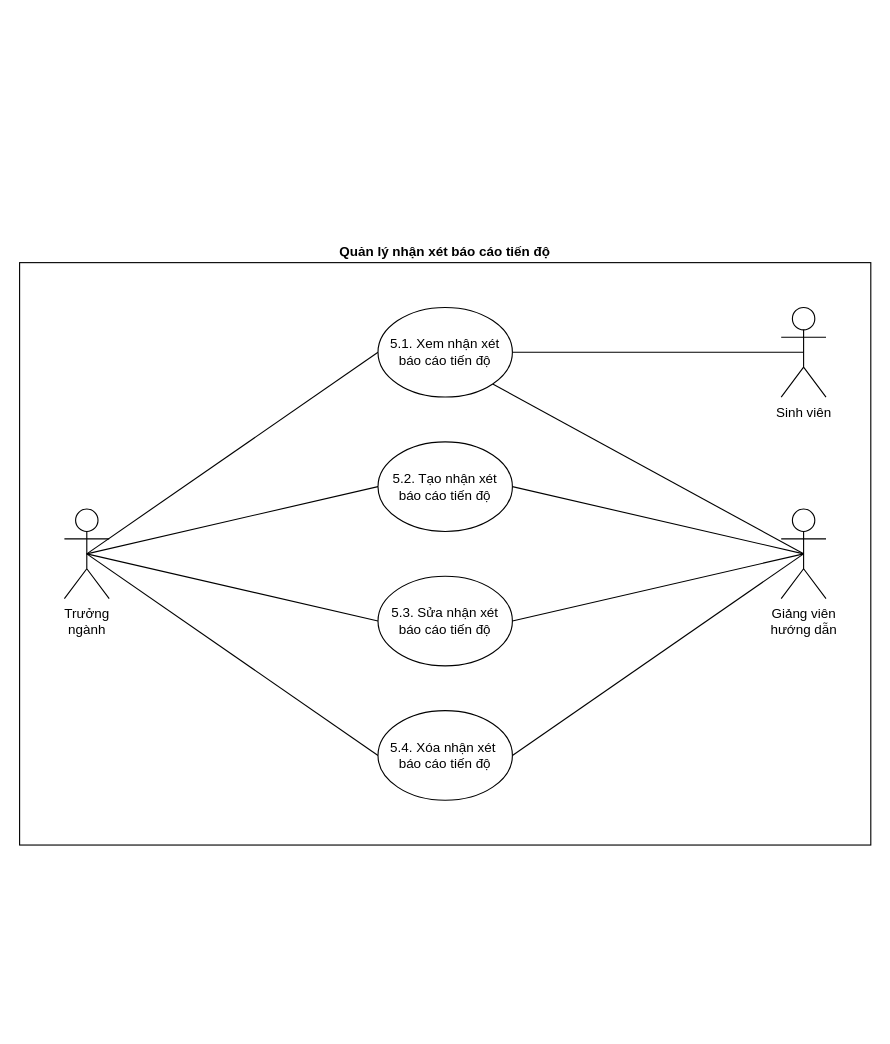
Earlier version of the draw.io diagram page "Chi tiết báo cáo tiến độ" (5 of 12) of docs/diagrams/usecase.drawio (doonpy/grasis). Source tidied: cells renumbered, new cells numbered last; positions are measured from the earlier drawing's top-left corner, leaving out a move shared by most shapes. Both pictures are drawn from the tidied source at 112%, with x=0, y=0 at pixel (19, 262).
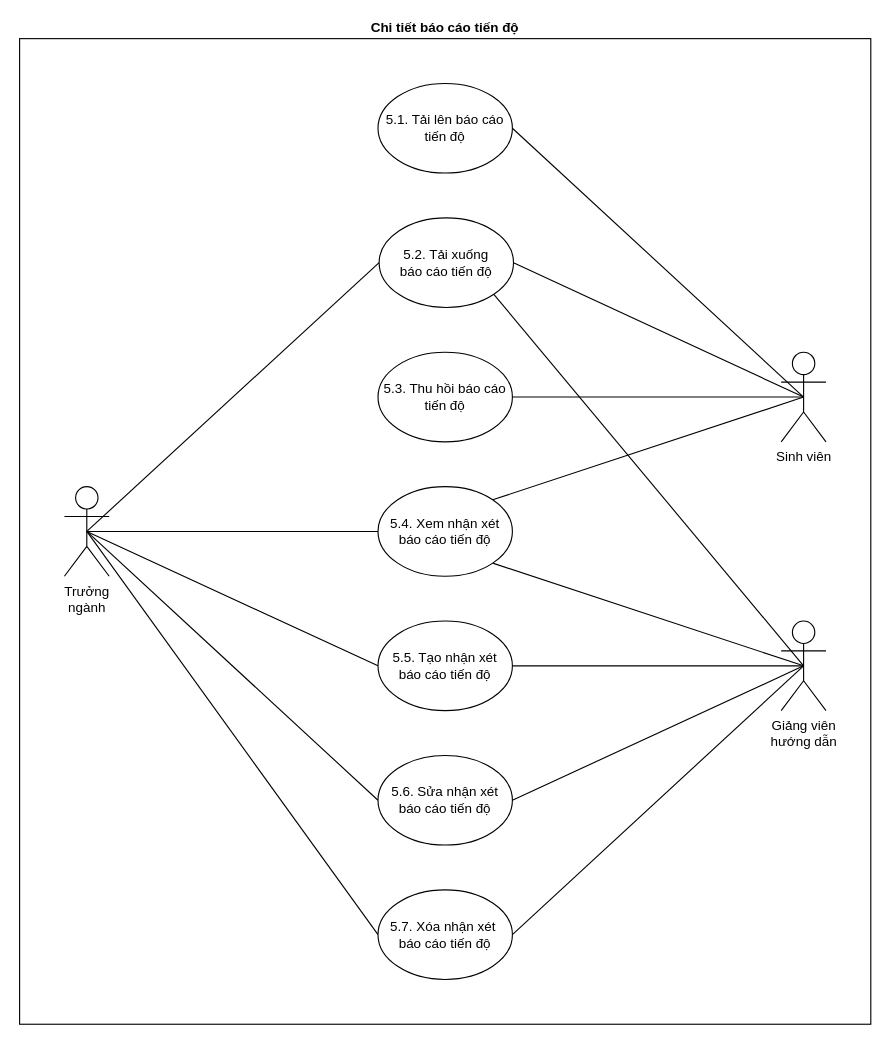
Above is the later version.

The edit, as a diff of the source:
```diff
@@
-    <mxCell id="2" value="Quản lý nhận xét báo cáo tiến độ" style="whiteSpace=wrap;html=1;align=center;labelPosition=center;verticalLabelPosition=top;verticalAlign=bottom;fontStyle=1;" parent="1" vertex="1">
-      <mxGeometry width="760" height="520" as="geometry" />
+    <mxCell id="2" value="Chi tiết báo cáo tiến độ" style="whiteSpace=wrap;html=1;align=center;labelPosition=center;verticalLabelPosition=top;verticalAlign=bottom;fontStyle=1;" parent="1" vertex="1">
+      <mxGeometry y="-200" width="760" height="880" as="geometry" />
     </mxCell>
@@
+    <mxCell id="19" style="edgeStyle=none;rounded=0;jettySize=auto;html=1;exitX=0.5;exitY=0.5;exitDx=0;exitDy=0;exitPerimeter=0;entryX=0;entryY=0.5;entryDx=0;entryDy=0;endArrow=none;endFill=0;" parent="1" edge="1" source="6" target="24">
+      <mxGeometry relative="1" as="geometry" />
+    </mxCell>
     <mxCell id="6" value="Trưởng&lt;br&gt;ngành" style="shape=umlActor;verticalLabelPosition=bottom;verticalAlign=top;html=1;outlineConnect=0;" parent="1" vertex="1">
-      <mxGeometry x="40" y="220" width="40" height="80" as="geometry" />
+      <mxGeometry x="40" y="200" width="40" height="80" as="geometry" />
     </mxCell>
+    <mxCell id="20" style="edgeStyle=none;rounded=0;jettySize=auto;html=1;exitX=0.5;exitY=0.5;exitDx=0;exitDy=0;exitPerimeter=0;entryX=1;entryY=0;entryDx=0;entryDy=0;endArrow=none;endFill=0;" parent="1" edge="1" source="7" target="15">
+      <mxGeometry relative="1" as="geometry" />
+    </mxCell>
     <mxCell id="7" value="Sinh viên" style="shape=umlActor;verticalLabelPosition=bottom;verticalAlign=top;html=1;outlineConnect=0;" parent="1" vertex="1">
-      <mxGeometry x="680" y="40" width="40" height="80" as="geometry" />
+      <mxGeometry x="680" y="80" width="40" height="80" as="geometry" />
     </mxCell>
-    <mxCell id="8" style="edgeStyle=none;rounded=0;jettySize=auto;html=1;exitX=0.5;exitY=0.5;exitDx=0;exitDy=0;exitPerimeter=0;entryX=1;entryY=1;entryDx=0;entryDy=0;endArrow=none;endFill=0;" parent="1" edge="1" source="12" target="15">
+    <mxCell id="8" style="edgeStyle=none;rounded=0;jettySize=auto;html=1;exitX=0.5;exitY=0.5;exitDx=0;exitDy=0;exitPerimeter=0;entryX=1;entryY=1;entryDx=0;entryDy=0;endArrow=none;endFill=0;" parent="1" edge="1" source="12" target="24">
       <mxGeometry relative="1" as="geometry" />
     </mxCell>
@@
     <mxCell id="12" value="Giảng viên&lt;br&gt;hướng dẫn" style="shape=umlActor;verticalLabelPosition=bottom;verticalAlign=top;html=1;outlineConnect=0;" parent="1" vertex="1">
-      <mxGeometry x="680" y="220" width="40" height="80" as="geometry" />
+      <mxGeometry x="680" y="320" width="40" height="80" as="geometry" />
     </mxCell>
@@
-    <mxCell id="14" style="edgeStyle=none;rounded=0;jettySize=auto;html=1;exitX=1;exitY=0.5;exitDx=0;exitDy=0;entryX=0.5;entryY=0.5;entryDx=0;entryDy=0;entryPerimeter=0;endArrow=none;endFill=0;" parent="1" edge="1" source="15" target="7">
+    <mxCell id="14" style="edgeStyle=none;rounded=0;jettySize=auto;html=1;exitX=1;exitY=0.5;exitDx=0;exitDy=0;entryX=0.5;entryY=0.5;entryDx=0;entryDy=0;entryPerimeter=0;endArrow=none;endFill=0;" parent="1" edge="1" source="22" target="7">
       <mxGeometry relative="1" as="geometry" />
     </mxCell>
+    <mxCell id="21" style="edgeStyle=none;rounded=0;jettySize=auto;html=1;exitX=1;exitY=1;exitDx=0;exitDy=0;entryX=0.5;entryY=0.5;entryDx=0;entryDy=0;entryPerimeter=0;endArrow=none;endFill=0;" parent="1" edge="1" source="15" target="12">
+      <mxGeometry relative="1" as="geometry" />
+    </mxCell>
-    <mxCell id="15" value="5.1. Xem nhận xét báo cáo tiến độ" style="ellipse;whiteSpace=wrap;html=1;" parent="1" vertex="1">
-      <mxGeometry x="320" y="40" width="120" height="80" as="geometry" />
+    <mxCell id="15" value="5.4. Xem nhận xét báo cáo tiến độ" style="ellipse;whiteSpace=wrap;html=1;" parent="1" vertex="1">
+      <mxGeometry x="320" y="200" width="120" height="80" as="geometry" />
     </mxCell>
-    <mxCell id="16" value="5.2. Tạo nhận xét&lt;br&gt;báo cáo tiến độ" style="ellipse;whiteSpace=wrap;html=1;" parent="1" vertex="1">
-      <mxGeometry x="320" y="160" width="120" height="80" as="geometry" />
+    <mxCell id="16" value="5.5. Tạo nhận xét&lt;br&gt;báo cáo tiến độ" style="ellipse;whiteSpace=wrap;html=1;" parent="1" vertex="1">
+      <mxGeometry x="320" y="320" width="120" height="80" as="geometry" />
     </mxCell>
-    <mxCell id="17" value="5.3. Sửa nhận xét &lt;br&gt;báo cáo tiến độ" style="ellipse;whiteSpace=wrap;html=1;" parent="1" vertex="1">
-      <mxGeometry x="320" y="280" width="120" height="80" as="geometry" />
+    <mxCell id="17" value="5.6. Sửa nhận xét &lt;br&gt;báo cáo tiến độ" style="ellipse;whiteSpace=wrap;html=1;" parent="1" vertex="1">
+      <mxGeometry x="320" y="440" width="120" height="80" as="geometry" />
     </mxCell>
-    <mxCell id="18" value="5.4. Xóa nhận xét&amp;nbsp;&lt;br&gt;báo cáo tiến độ" style="ellipse;whiteSpace=wrap;html=1;" parent="1" vertex="1">
-      <mxGeometry x="320" y="400" width="120" height="80" as="geometry" />
+    <mxCell id="18" value="5.7. Xóa nhận xét&amp;nbsp;&lt;br&gt;báo cáo tiến độ" style="ellipse;whiteSpace=wrap;html=1;" parent="1" vertex="1">
+      <mxGeometry x="320" y="560" width="120" height="80" as="geometry" />
     </mxCell>
+    <mxCell id="22" value="5.1. Tải lên báo cáo&lt;br&gt;tiến độ" style="ellipse;whiteSpace=wrap;html=1;" parent="1" vertex="1">
+      <mxGeometry x="320" y="-160" width="120" height="80" as="geometry" />
+    </mxCell>
+    <mxCell id="23" style="edgeStyle=none;rounded=0;jettySize=auto;html=1;exitX=1;exitY=0.5;exitDx=0;exitDy=0;entryX=0.5;entryY=0.5;entryDx=0;entryDy=0;entryPerimeter=0;endArrow=none;endFill=0;" parent="1" edge="1" source="24" target="7">
+      <mxGeometry relative="1" as="geometry" />
+    </mxCell>
+    <mxCell id="24" value="5.2. Tải xuống &lt;br&gt;báo cáo tiến độ" style="ellipse;whiteSpace=wrap;html=1;" parent="1" vertex="1">
+      <mxGeometry x="321" y="-40" width="120" height="80" as="geometry" />
+    </mxCell>
+    <mxCell id="25" style="edgeStyle=none;rounded=0;jettySize=auto;html=1;exitX=1;exitY=0.5;exitDx=0;exitDy=0;entryX=0.5;entryY=0.5;entryDx=0;entryDy=0;entryPerimeter=0;endArrow=none;endFill=0;" parent="1" edge="1" source="26" target="7">
+      <mxGeometry relative="1" as="geometry" />
+    </mxCell>
+    <mxCell id="26" value="5.3. Thu hồi báo cáo&lt;br&gt;tiến độ" style="ellipse;whiteSpace=wrap;html=1;" parent="1" vertex="1">
+      <mxGeometry x="320" y="80" width="120" height="80" as="geometry" />
+    </mxCell>
```
